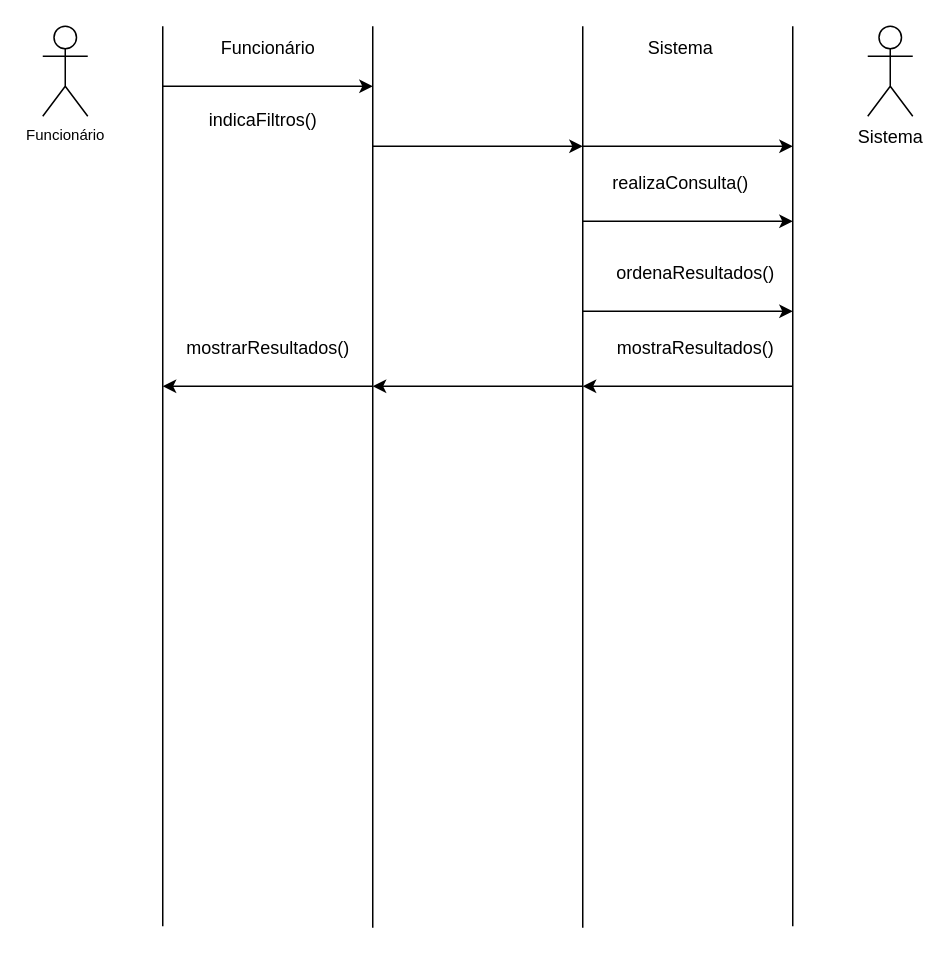
Above: ssd4.drawio in luccamarshall/DCO (draw.io), before the change. Source tidied: cells renumbered, new cells numbered last; positions are measured from the earlier drawing's top-left corner, leaving out a move shared by most shapes. Both pictures are drawn from the tidied source at 150%, with x=0, y=0 at pixel (42, 26).
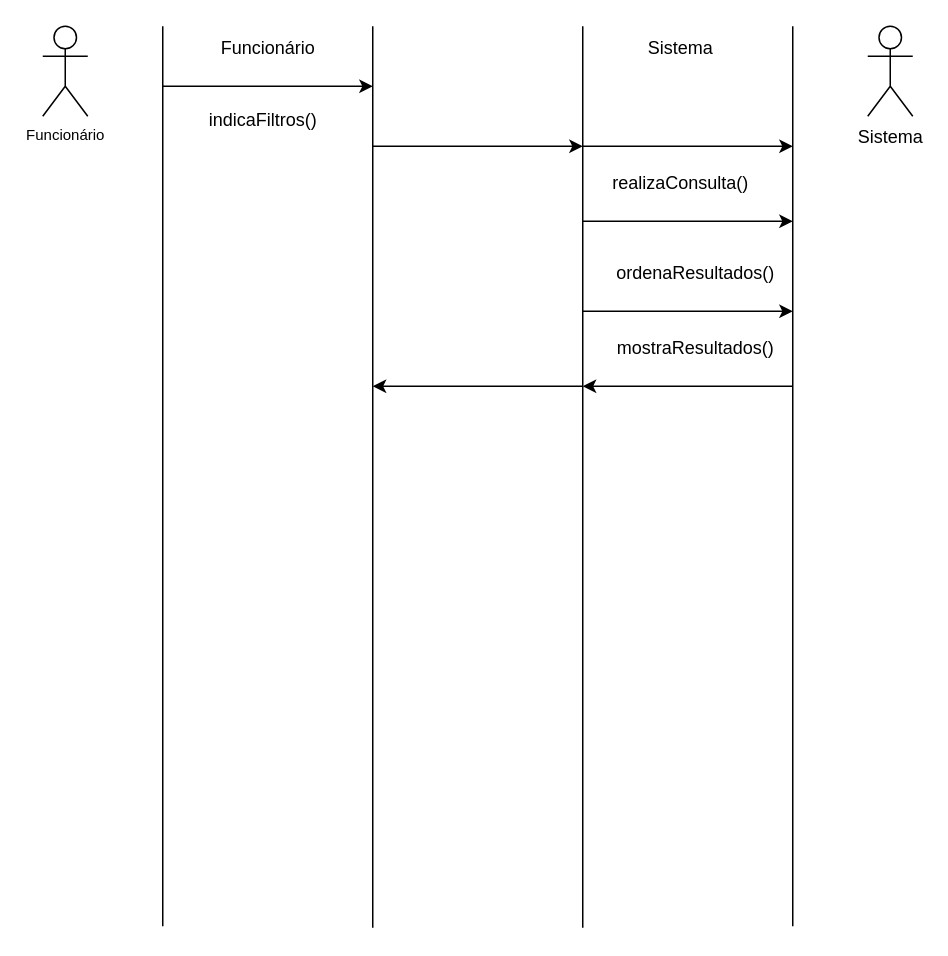
The same page after the edit.

Diff of the diagram source:
```diff
@@
-    <mxCell id="21" style="endArrow=classic;html=1;rounded=0;" parent="1" edge="1">
-      <mxGeometry relative="1" as="geometry">
-        <mxPoint x="220" y="240" as="sourcePoint" />
-        <mxPoint x="80" y="240" as="targetPoint" />
-      </mxGeometry>
-    </mxCell>
-    <mxCell id="22" value="mostrarResultados()" style="text;html=1;align=center;verticalAlign=middle;strokeColor=none;fillColor=none;" parent="1" vertex="1">
-      <mxGeometry x="85" y="200" width="130" height="30" as="geometry" />
-    </mxCell>
```
